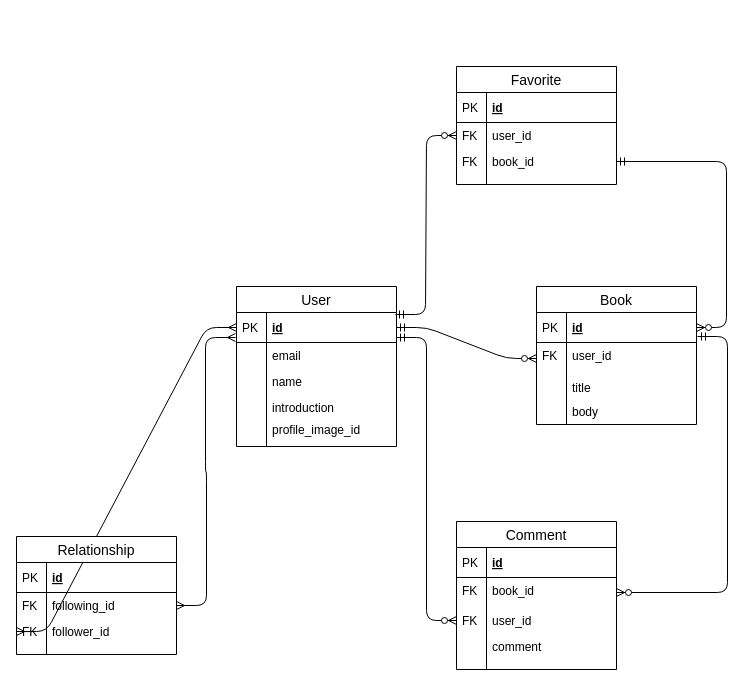
Earlier version of the draw.io diagram config/er.drawio (shushikata/Bookers2). Source tidied: cells renumbered, new cells numbered last; positions are measured from the earlier drawing's top-left corner, leaving out a move shared by most shapes. Both pictures are drawn from the tidied source at 100%, with x=0, y=0 at pixel (16, 66).
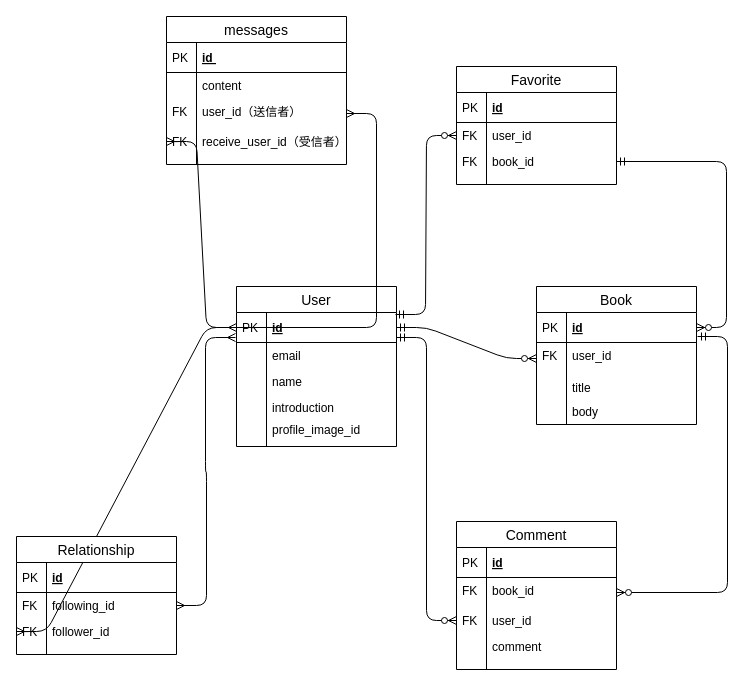
The same diagram, later.

Unchanged cells that the change refers to:
```xml
<mxCell id="6" value="id" style="shape=partialRectangle;top=0;left=0;right=0;bottom=1;align=left;verticalAlign=middle;fillColor=none;spacingLeft=34;spacingRight=4;overflow=hidden;points=[[0,0.5],[1,0.5]];portConstraint=eastwest;fontStyle=5;fontSize=12;" parent="5" vertex="1">
  <mxGeometry y="26" width="160" height="30" as="geometry" />
</mxCell>
```

Change to the diagram source:
```diff
@@
+    <mxCell id="58" style="edgeStyle=entityRelationEdgeStyle;fontSize=12;html=1;endArrow=ERmany;entryX=0;entryY=0.5;entryDx=0;entryDy=0;exitX=0;exitY=0.5;exitDx=0;exitDy=0;" parent="1" edge="1" source="6" target="67">
+      <mxGeometry relative="1" as="geometry" />
+    </mxCell>
+    <mxCell id="59" style="edgeStyle=entityRelationEdgeStyle;fontSize=12;html=1;endArrow=ERmany;exitX=0;exitY=0.5;exitDx=0;exitDy=0;" parent="1" edge="1" source="6" target="65">
+      <mxGeometry relative="1" as="geometry" />
+    </mxCell>
+    <mxCell id="60" value="messages" style="swimlane;fontStyle=0;horizontal=1;startSize=26;align=center;fontSize=14;" parent="1" vertex="1">
+      <mxGeometry x="150" y="-50" width="180" height="148" as="geometry" />
+    </mxCell>
+    <mxCell id="61" value="id " style="shape=partialRectangle;top=0;left=0;right=0;bottom=1;align=left;verticalAlign=middle;fillColor=none;spacingLeft=34;spacingRight=4;overflow=hidden;fontStyle=5;fontSize=12;" parent="60" vertex="1">
+      <mxGeometry y="26" width="180" height="30" as="geometry" />
+    </mxCell>
+    <mxCell id="62" value="PK" style="shape=partialRectangle;top=0;left=0;bottom=0;fillColor=none;align=left;verticalAlign=middle;spacingLeft=4;spacingRight=4;overflow=hidden;fontSize=12;" parent="61" vertex="1">
+      <mxGeometry width="30" height="30" as="geometry" />
+    </mxCell>
+    <mxCell id="63" value="content" style="shape=partialRectangle;top=0;left=0;right=0;bottom=0;align=left;verticalAlign=top;fillColor=none;spacingLeft=34;spacingRight=4;overflow=hidden;fontSize=12;" parent="60" vertex="1">
+      <mxGeometry y="56" width="180" height="26" as="geometry" />
+    </mxCell>
+    <mxCell id="64" style="shape=partialRectangle;top=0;left=0;bottom=0;fillColor=none;align=left;verticalAlign=top;spacingLeft=4;spacingRight=4;overflow=hidden;fontSize=12;" parent="63" vertex="1">
+      <mxGeometry width="30" height="26" as="geometry" />
+    </mxCell>
+    <mxCell id="65" value="user_id（送信者）" style="shape=partialRectangle;top=0;left=0;right=0;bottom=0;align=left;verticalAlign=top;fillColor=none;spacingLeft=34;spacingRight=4;overflow=hidden;points=[[0,0.5],[1,0.5]];portConstraint=eastwest;fontSize=12;" parent="60" vertex="1">
+      <mxGeometry y="82" width="180" height="30" as="geometry" />
+    </mxCell>
+    <mxCell id="66" value="FK" style="shape=partialRectangle;top=0;left=0;bottom=0;fillColor=none;align=left;verticalAlign=top;spacingLeft=4;spacingRight=4;overflow=hidden;fontSize=12;" parent="65" vertex="1">
+      <mxGeometry width="30" height="30" as="geometry" />
+    </mxCell>
+    <mxCell id="67" value="receive_user_id（受信者）" style="shape=partialRectangle;top=0;left=0;right=0;bottom=0;align=left;verticalAlign=top;fillColor=none;spacingLeft=34;spacingRight=4;overflow=hidden;points=[[0,0.5],[1,0.5]];portConstraint=eastwest;fontSize=12;" parent="60" vertex="1">
+      <mxGeometry y="112" width="180" height="26" as="geometry" />
+    </mxCell>
+    <mxCell id="68" value="FK" style="shape=partialRectangle;top=0;left=0;bottom=0;fillColor=none;align=left;verticalAlign=top;spacingLeft=4;spacingRight=4;overflow=hidden;fontSize=12;" parent="67" vertex="1">
+      <mxGeometry width="30" height="26" as="geometry" />
+    </mxCell>
+    <mxCell id="69" style="shape=partialRectangle;top=0;left=0;right=0;bottom=0;align=left;verticalAlign=top;fillColor=none;spacingLeft=34;spacingRight=4;overflow=hidden;fontSize=12;" parent="60" vertex="1">
+      <mxGeometry y="138" width="180" height="10" as="geometry" />
+    </mxCell>
+    <mxCell id="70" style="shape=partialRectangle;top=0;left=0;bottom=0;fillColor=none;align=left;verticalAlign=top;spacingLeft=4;spacingRight=4;overflow=hidden;fontSize=12;" parent="69" vertex="1">
+      <mxGeometry width="30" height="10" as="geometry" />
+    </mxCell>
```
